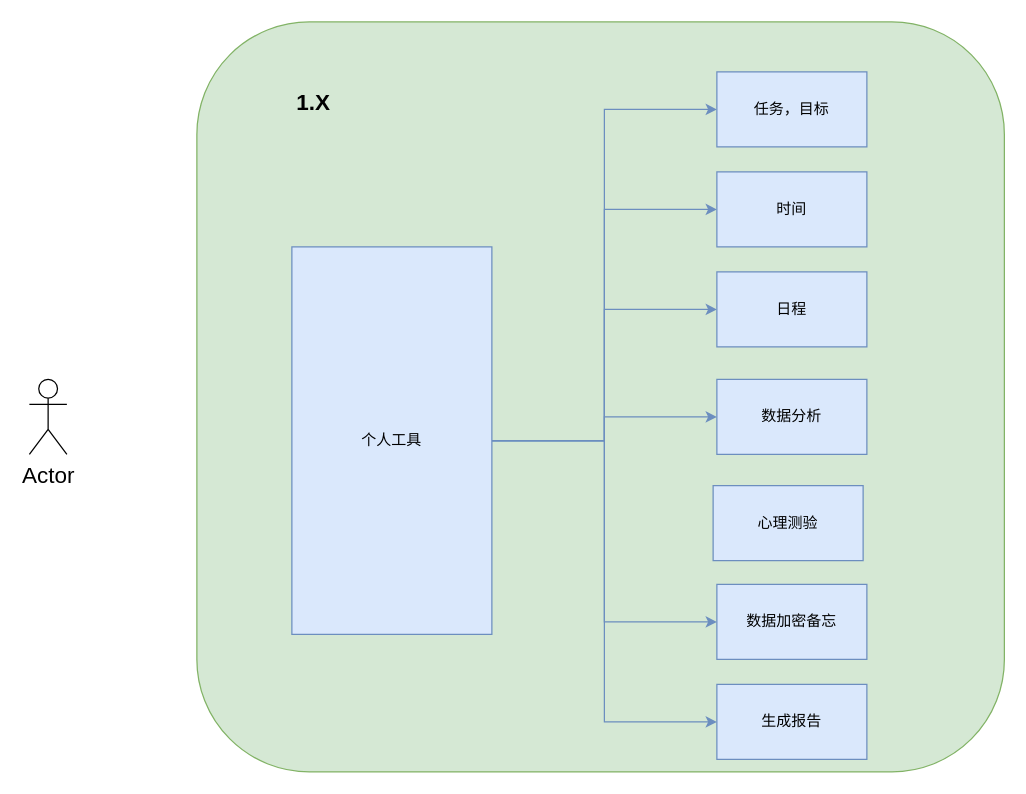
This is lingxi-taurus/lx-规划.drawio from GitHeP/diagrams, a draw.io file, before an edit. Source tidied: cells renumbered, new cells numbered last; positions are measured from the earlier drawing's top-left corner, leaving out a move shared by most shapes. Both pictures are drawn from the tidied source at 125%, with x=0, y=0 at pixel (29, 21).
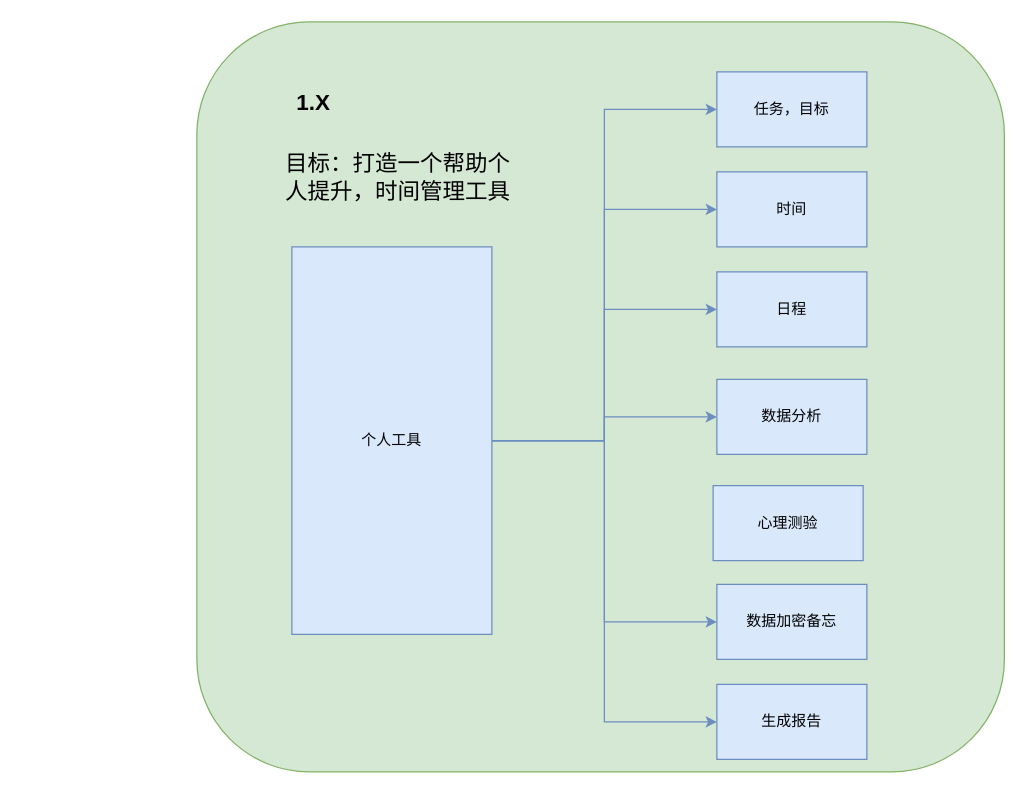
The same diagram, later.

Change to the diagram source:
```diff
@@
 <mxGraphModel>
   <root>
     <mxCell id="0" />
     <mxCell id="1" parent="0" />
     <mxCell id="2" style="rounded=1;whiteSpace=wrap;html=1;fillColor=#d5e8d4;strokeColor=#82b366;" parent="1" vertex="1">
       <mxGeometry x="134" width="646" height="600" as="geometry" />
     </mxCell>
     <mxCell id="3" style="edgeStyle=orthogonalEdgeStyle;rounded=0;jettySize=auto;html=1;entryX=0;entryY=0.5;entryDx=0;entryDy=0;fillColor=#dae8fc;strokeColor=#6c8ebf;" parent="1" edge="1" source="9" target="10">
       <mxGeometry relative="1" as="geometry" />
     </mxCell>
     <mxCell id="4" style="edgeStyle=orthogonalEdgeStyle;rounded=0;jettySize=auto;html=1;fillColor=#dae8fc;strokeColor=#6c8ebf;" parent="1" edge="1" source="9" target="11">
       <mxGeometry relative="1" as="geometry" />
     </mxCell>
     <mxCell id="5" style="edgeStyle=orthogonalEdgeStyle;rounded=0;jettySize=auto;html=1;entryX=0;entryY=0.5;entryDx=0;entryDy=0;fillColor=#dae8fc;strokeColor=#6c8ebf;" parent="1" edge="1" source="9" target="12">
       <mxGeometry relative="1" as="geometry" />
     </mxCell>
     <mxCell id="6" style="edgeStyle=orthogonalEdgeStyle;rounded=0;jettySize=auto;html=1;entryX=0;entryY=0.5;entryDx=0;entryDy=0;fillColor=#dae8fc;strokeColor=#6c8ebf;" parent="1" edge="1" source="9" target="13">
       <mxGeometry relative="1" as="geometry" />
     </mxCell>
     <mxCell id="7" style="edgeStyle=orthogonalEdgeStyle;rounded=0;jettySize=auto;html=1;entryX=0;entryY=0.5;entryDx=0;entryDy=0;fontSize=18;fillColor=#dae8fc;strokeColor=#6c8ebf;" parent="1" edge="1" source="9" target="16">
       <mxGeometry relative="1" as="geometry" />
     </mxCell>
     <mxCell id="8" style="edgeStyle=orthogonalEdgeStyle;rounded=0;jettySize=auto;html=1;entryX=0;entryY=0.5;entryDx=0;entryDy=0;fontSize=18;fillColor=#dae8fc;strokeColor=#6c8ebf;" parent="1" edge="1" source="9" target="17">
       <mxGeometry relative="1" as="geometry" />
     </mxCell>
     <mxCell id="9" value="个人工具" style="rounded=0;whiteSpace=wrap;html=1;fillColor=#dae8fc;strokeColor=#6c8ebf;" parent="1" vertex="1">
       <mxGeometry x="210" y="180" width="160" height="310" as="geometry" />
     </mxCell>
     <mxCell id="10" value="任务，目标" style="rounded=0;whiteSpace=wrap;html=1;fillColor=#dae8fc;strokeColor=#6c8ebf;" parent="1" vertex="1">
       <mxGeometry x="550" y="40" width="120" height="60" as="geometry" />
     </mxCell>
     <mxCell id="11" value="时间" style="rounded=0;whiteSpace=wrap;html=1;fillColor=#dae8fc;strokeColor=#6c8ebf;" parent="1" vertex="1">
       <mxGeometry x="550" y="120" width="120" height="60" as="geometry" />
     </mxCell>
     <mxCell id="12" value="日程" style="rounded=0;whiteSpace=wrap;html=1;fillColor=#dae8fc;strokeColor=#6c8ebf;" parent="1" vertex="1">
       <mxGeometry x="550" y="200" width="120" height="60" as="geometry" />
     </mxCell>
     <mxCell id="13" value="数据分析" style="rounded=0;whiteSpace=wrap;html=1;fillColor=#dae8fc;strokeColor=#6c8ebf;" parent="1" vertex="1">
       <mxGeometry x="550" y="286" width="120" height="60" as="geometry" />
     </mxCell>
     <mxCell id="14" value="心理测验" style="rounded=0;whiteSpace=wrap;html=1;fillColor=#dae8fc;strokeColor=#6c8ebf;" parent="1" vertex="1">
       <mxGeometry x="547" y="371" width="120" height="60" as="geometry" />
     </mxCell>
     <mxCell id="15" value="&lt;font style=&quot;font-size: 18px;&quot;&gt;&lt;b&gt;&amp;nbsp;1.X&lt;/b&gt;&lt;/font&gt;" style="text;html=1;strokeColor=none;fillColor=none;align=center;verticalAlign=middle;whiteSpace=wrap;rounded=0;" parent="1" vertex="1">
       <mxGeometry x="190" y="50" width="70" height="30" as="geometry" />
     </mxCell>
     <mxCell id="16" value="数据加密备忘" style="rounded=0;whiteSpace=wrap;html=1;fillColor=#dae8fc;strokeColor=#6c8ebf;" parent="1" vertex="1">
       <mxGeometry x="550" y="450" width="120" height="60" as="geometry" />
     </mxCell>
     <mxCell id="17" value="生成报告" style="rounded=0;whiteSpace=wrap;html=1;fillColor=#dae8fc;strokeColor=#6c8ebf;" parent="1" vertex="1">
       <mxGeometry x="550" y="530" width="120" height="60" as="geometry" />
     </mxCell>
-    <mxCell id="18" value="Actor" style="shape=umlActor;verticalLabelPosition=bottom;verticalAlign=top;html=1;fontSize=18;" parent="1" vertex="1">
-      <mxGeometry y="286" width="30" height="60" as="geometry" />
-    </mxCell>
+    <mxCell id="19" value="目标：打造一个帮助个人提升，时间管理工具" style="text;html=1;strokeColor=none;fillColor=none;align=center;verticalAlign=middle;whiteSpace=wrap;rounded=0;fontSize=18;" parent="1" vertex="1">
+      <mxGeometry x="200" y="100" width="190" height="50" as="geometry" />
+    </mxCell>
   </root>
 </mxGraphModel>
```
